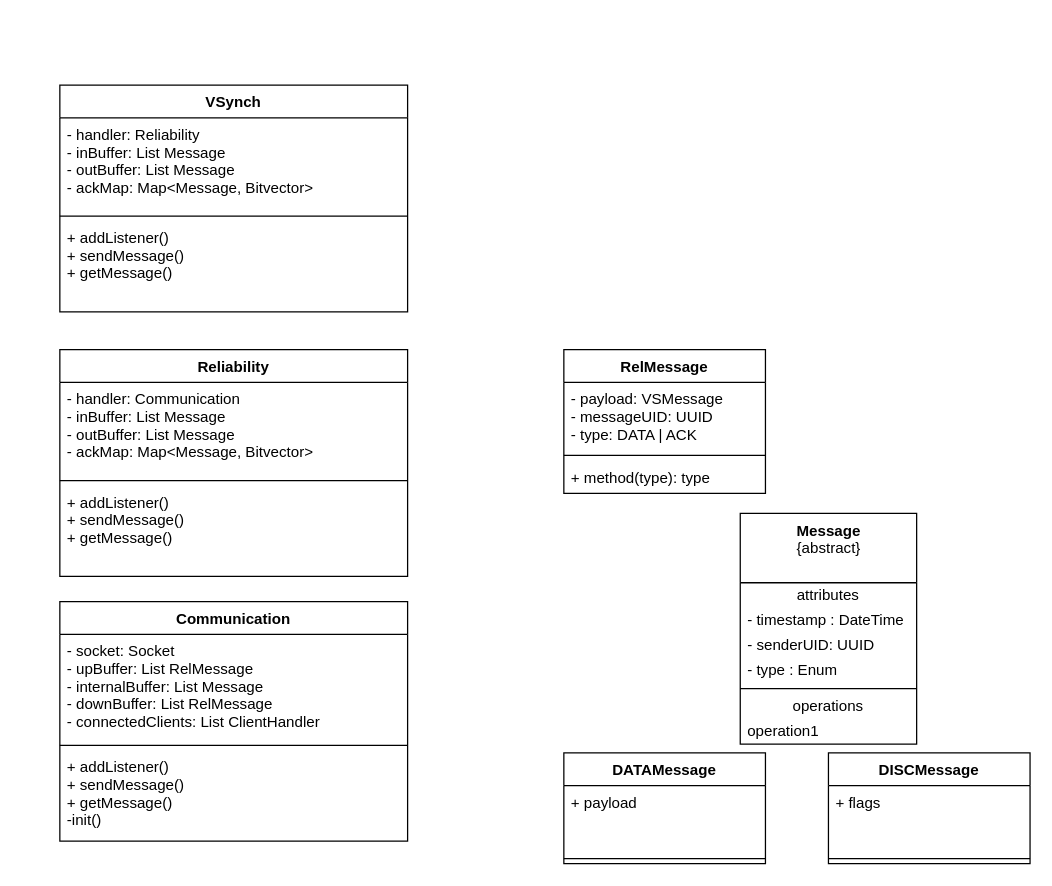
Before: doc/model.drawio in PolCeru/DS-RMPI, a draw.io diagram. Source tidied: cells renumbered, new cells numbered last; positions are measured from the earlier drawing's top-left corner, leaving out a move shared by most shapes. Both pictures are drawn from the tidied source at 126%, with x=0, y=0 at pixel (59, 84).
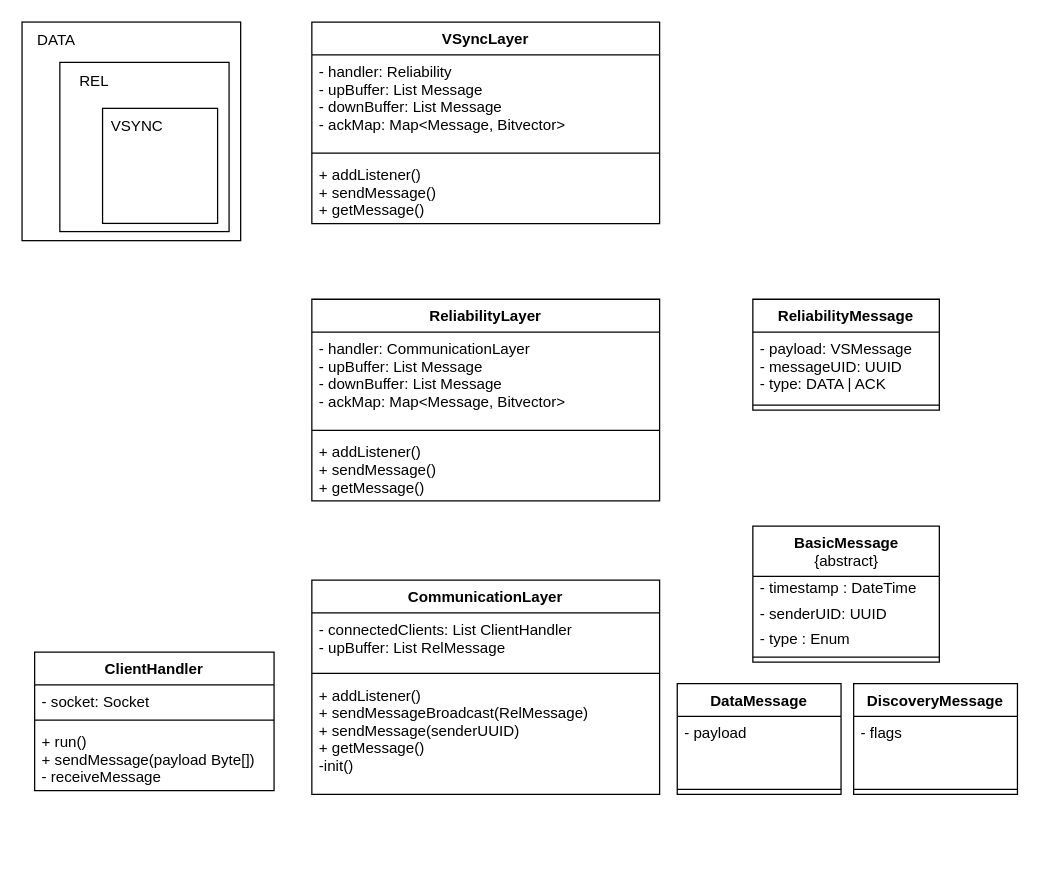
The same diagram, later.

The edit, as a diff of the source:
```diff
@@
-    <mxCell id="2" value="Communication" style="swimlane;fontStyle=1;align=center;verticalAlign=top;horizontal=1;startSize=26;" parent="1" vertex="1">
-      <mxGeometry y="410" width="276" height="190" as="geometry" />
+    <mxCell id="2" value="CommunicationLayer" style="swimlane;fontStyle=1;align=center;verticalAlign=top;horizontal=1;startSize=26;" parent="1" vertex="1">
+      <mxGeometry x="200" y="393" width="276" height="170" as="geometry" />
     </mxCell>
-    <mxCell id="3" value="- socket: Socket&#10;- upBuffer: List RelMessage&#10;- internalBuffer: List Message&#10;- downBuffer: List RelMessage&#10;- connectedClients: List ClientHandler" style="text;strokeColor=none;fillColor=none;align=left;verticalAlign=top;spacingLeft=4;spacingRight=4;overflow=hidden;" parent="2" vertex="1">
-      <mxGeometry y="26" width="276" height="84" as="geometry" />
+    <mxCell id="3" value="- connectedClients: List ClientHandler&#10;- upBuffer: List RelMessage" style="text;strokeColor=none;fillColor=none;align=left;verticalAlign=top;spacingLeft=4;spacingRight=4;overflow=hidden;" parent="2" vertex="1">
+      <mxGeometry y="26" width="276" height="44" as="geometry" />
     </mxCell>
     <mxCell id="4" style="line;strokeWidth=1;fillColor=none;align=left;verticalAlign=middle;spacingTop=-1;spacingLeft=3;spacingRight=3;labelPosition=right;strokeColor=inherit;" parent="2" vertex="1">
-      <mxGeometry y="110" width="276" height="8" as="geometry" />
+      <mxGeometry y="70" width="276" height="8" as="geometry" />
     </mxCell>
-    <mxCell id="5" value="+ addListener()&#10;+ sendMessage()&#10;+ getMessage()&#10;-init()" style="text;strokeColor=none;fillColor=none;align=left;verticalAlign=top;spacingLeft=4;spacingRight=4;overflow=hidden;" parent="2" vertex="1">
-      <mxGeometry y="118" width="276" height="72" as="geometry" />
+    <mxCell id="5" value="+ addListener()&#10;+ sendMessageBroadcast(RelMessage)&#10;+ sendMessage(senderUUID)&#10;+ getMessage()&#10;-init()" style="text;strokeColor=none;fillColor=none;align=left;verticalAlign=top;spacingLeft=4;spacingRight=4;overflow=hidden;" parent="2" vertex="1">
+      <mxGeometry y="78" width="276" height="92" as="geometry" />
     </mxCell>
-    <mxCell id="6" value="DATAMessage" style="swimlane;fontStyle=1;align=center;verticalAlign=top;horizontal=1;startSize=26;" parent="1" vertex="1">
-      <mxGeometry x="400" y="530" width="160" height="88" as="geometry" />
+    <mxCell id="6" value="DataMessage" style="swimlane;fontStyle=1;align=center;verticalAlign=top;horizontal=1;startSize=26;" parent="1" vertex="1">
+      <mxGeometry x="490" y="475" width="130" height="88" as="geometry" />
     </mxCell>
-    <mxCell id="7" value="+ payload" style="text;strokeColor=none;fillColor=none;align=left;verticalAlign=top;spacingLeft=4;spacingRight=4;overflow=hidden;" parent="6" vertex="1">
-      <mxGeometry y="26" width="160" height="54" as="geometry" />
+    <mxCell id="7" value="- payload" style="text;strokeColor=none;fillColor=none;align=left;verticalAlign=top;spacingLeft=4;spacingRight=4;overflow=hidden;" parent="6" vertex="1">
+      <mxGeometry y="26" width="130" height="54" as="geometry" />
     </mxCell>
     <mxCell id="8" style="line;strokeWidth=1;fillColor=none;align=left;verticalAlign=middle;spacingTop=-1;spacingLeft=3;spacingRight=3;labelPosition=right;strokeColor=inherit;" parent="6" vertex="1">
-      <mxGeometry y="80" width="160" height="8" as="geometry" />
+      <mxGeometry y="80" width="130" height="8" as="geometry" />
     </mxCell>
-    <mxCell id="9" value="Reliability" style="swimlane;fontStyle=1;align=center;verticalAlign=top;horizontal=1;startSize=26;" parent="1" vertex="1">
-      <mxGeometry y="210" width="276" height="180" as="geometry" />
+    <mxCell id="9" value="ReliabilityLayer" style="swimlane;fontStyle=1;align=center;verticalAlign=top;horizontal=1;startSize=26;" parent="1" vertex="1">
+      <mxGeometry x="200" y="170" width="276" height="160" as="geometry" />
     </mxCell>
-    <mxCell id="10" value="- handler: Communication&#10;- inBuffer: List Message&#10;- outBuffer: List Message&#10;- ackMap: Map&lt;Message, Bitvector&gt;" style="text;strokeColor=none;fillColor=none;align=left;verticalAlign=top;spacingLeft=4;spacingRight=4;overflow=hidden;" parent="9" vertex="1">
+    <mxCell id="10" value="- handler: CommunicationLayer&#10;- upBuffer: List Message&#10;- downBuffer: List Message&#10;- ackMap: Map&lt;Message, Bitvector&gt;" style="text;strokeColor=none;fillColor=none;align=left;verticalAlign=top;spacingLeft=4;spacingRight=4;overflow=hidden;" parent="9" vertex="1">
       <mxGeometry y="26" width="276" height="74" as="geometry" />
     </mxCell>
@@
-    <mxCell id="12" value="+ addListener()&#10;+ sendMessage()&#10;+ getMessage()" style="text;strokeColor=none;fillColor=none;align=left;verticalAlign=top;spacingLeft=4;spacingRight=4;overflow=hidden;" parent="9" vertex="1">
-      <mxGeometry y="108" width="276" height="72" as="geometry" />
+    <mxCell id="12" value="+ addListener()&#10;+ sendMessage()&#10;+ getMessage()&#10;" style="text;strokeColor=none;fillColor=none;align=left;verticalAlign=top;spacingLeft=4;spacingRight=4;overflow=hidden;" parent="9" vertex="1">
+      <mxGeometry y="108" width="276" height="52" as="geometry" />
     </mxCell>
-    <mxCell id="13" value="RelMessage" style="swimlane;fontStyle=1;align=center;verticalAlign=top;horizontal=1;startSize=26;" parent="1" vertex="1">
-      <mxGeometry x="400" y="210" width="160" height="114" as="geometry" />
+    <mxCell id="13" value="ReliabilityMessage" style="swimlane;fontStyle=1;align=center;verticalAlign=top;horizontal=1;startSize=26;" parent="1" vertex="1">
+      <mxGeometry x="550" y="170" width="148" height="88" as="geometry" />
     </mxCell>
     <mxCell id="14" value="- payload: VSMessage&#10;- messageUID: UUID&#10;- type: DATA | ACK" style="text;strokeColor=none;fillColor=none;align=left;verticalAlign=top;spacingLeft=4;spacingRight=4;overflow=hidden;" parent="13" vertex="1">
-      <mxGeometry y="26" width="160" height="54" as="geometry" />
+      <mxGeometry y="26" width="148" height="54" as="geometry" />
     </mxCell>
     <mxCell id="15" style="line;strokeWidth=1;fillColor=none;align=left;verticalAlign=middle;spacingTop=-1;spacingLeft=3;spacingRight=3;labelPosition=right;strokeColor=inherit;" parent="13" vertex="1">
-      <mxGeometry y="80" width="160" height="8" as="geometry" />
+      <mxGeometry y="80" width="148" height="8" as="geometry" />
     </mxCell>
-    <mxCell id="16" value="+ method(type): type" style="text;strokeColor=none;fillColor=none;align=left;verticalAlign=top;spacingLeft=4;spacingRight=4;overflow=hidden;" parent="13" vertex="1">
-      <mxGeometry y="88" width="160" height="26" as="geometry" />
-    </mxCell>
-    <mxCell id="17" value="VSynch" style="swimlane;fontStyle=1;align=center;verticalAlign=top;horizontal=1;startSize=26;" parent="1" vertex="1">
-      <mxGeometry width="276" height="180" as="geometry" />
+    <mxCell id="17" value="VSyncLayer" style="swimlane;fontStyle=1;align=center;verticalAlign=top;horizontal=1;startSize=26;" parent="1" vertex="1">
+      <mxGeometry x="200" y="-50" width="276" height="160" as="geometry" />
     </mxCell>
-    <mxCell id="18" value="- handler: Reliability&#10;- inBuffer: List Message&#10;- outBuffer: List Message&#10;- ackMap: Map&lt;Message, Bitvector&gt;" style="text;strokeColor=none;fillColor=none;align=left;verticalAlign=top;spacingLeft=4;spacingRight=4;overflow=hidden;" parent="17" vertex="1">
+    <mxCell id="18" value="- handler: Reliability&#10;- upBuffer: List Message&#10;- downBuffer: List Message&#10;- ackMap: Map&lt;Message, Bitvector&gt;" style="text;strokeColor=none;fillColor=none;align=left;verticalAlign=top;spacingLeft=4;spacingRight=4;overflow=hidden;" parent="17" vertex="1">
       <mxGeometry y="26" width="276" height="74" as="geometry" />
     </mxCell>
@@
     <mxCell id="20" value="+ addListener()&#10;+ sendMessage()&#10;+ getMessage()" style="text;strokeColor=none;fillColor=none;align=left;verticalAlign=top;spacingLeft=4;spacingRight=4;overflow=hidden;" parent="17" vertex="1">
-      <mxGeometry y="108" width="276" height="72" as="geometry" />
+      <mxGeometry y="108" width="276" height="52" as="geometry" />
     </mxCell>
-    <mxCell id="21" value="DISCMessage" style="swimlane;fontStyle=1;align=center;verticalAlign=top;horizontal=1;startSize=26;" parent="1" vertex="1">
-      <mxGeometry x="610" y="530" width="160" height="88" as="geometry" />
+    <mxCell id="21" value="DiscoveryMessage" style="swimlane;fontStyle=1;align=center;verticalAlign=top;horizontal=1;startSize=26;" parent="1" vertex="1">
+      <mxGeometry x="630" y="475" width="130" height="88" as="geometry" />
     </mxCell>
-    <mxCell id="22" value="+ flags" style="text;strokeColor=none;fillColor=none;align=left;verticalAlign=top;spacingLeft=4;spacingRight=4;overflow=hidden;" parent="21" vertex="1">
-      <mxGeometry y="26" width="160" height="54" as="geometry" />
+    <mxCell id="22" value="- flags" style="text;strokeColor=none;fillColor=none;align=left;verticalAlign=top;spacingLeft=4;spacingRight=4;overflow=hidden;" parent="21" vertex="1">
+      <mxGeometry y="26" width="130" height="54" as="geometry" />
     </mxCell>
     <mxCell id="23" style="line;strokeWidth=1;fillColor=none;align=left;verticalAlign=middle;spacingTop=-1;spacingLeft=3;spacingRight=3;labelPosition=right;strokeColor=inherit;" parent="21" vertex="1">
-      <mxGeometry y="80" width="160" height="8" as="geometry" />
+      <mxGeometry y="80" width="130" height="8" as="geometry" />
     </mxCell>
-    <mxCell id="24" value="&lt;b&gt;Message&lt;/b&gt;&lt;br&gt;{abstract}" style="swimlane;fontStyle=0;align=center;verticalAlign=top;horizontal=1;startSize=55;html=1;" parent="1" vertex="1">
-      <mxGeometry x="540" y="340" width="140" height="183" as="geometry" />
+    <mxCell id="24" value="&lt;b&gt;BasicMessage&lt;/b&gt;&lt;br&gt;{abstract}" style="swimlane;fontStyle=0;align=center;verticalAlign=top;horizontal=1;startSize=40;html=1;" parent="1" vertex="1">
+      <mxGeometry x="550" y="350" width="148" height="108" as="geometry" />
     </mxCell>
-    <mxCell id="25" value="attributes" style="text;html=1;strokeColor=none;fillColor=none;align=center;verticalAlign=middle;spacingLeft=4;spacingRight=4;overflow=hidden;" parent="24" vertex="1">
-      <mxGeometry y="55" width="140" height="20" as="geometry" />
-    </mxCell>
     <mxCell id="26" value="- timestamp : DateTime" style="text;html=1;strokeColor=none;fillColor=none;align=left;verticalAlign=middle;spacingLeft=4;spacingRight=4;overflow=hidden;" parent="24" vertex="1">
-      <mxGeometry y="75" width="140" height="20" as="geometry" />
+      <mxGeometry y="40" width="148" height="20" as="geometry" />
     </mxCell>
     <mxCell id="27" value="- senderUID: UUID" style="text;html=1;strokeColor=none;fillColor=none;align=left;verticalAlign=middle;spacingLeft=4;spacingRight=4;overflow=hidden;" parent="24" vertex="1">
-      <mxGeometry y="95" width="140" height="20" as="geometry" />
+      <mxGeometry y="60" width="148" height="20" as="geometry" />
     </mxCell>
     <mxCell id="28" value="- type : Enum" style="text;html=1;strokeColor=none;fillColor=none;align=left;verticalAlign=middle;spacingLeft=4;spacingRight=4;overflow=hidden;" parent="24" vertex="1">
-      <mxGeometry y="115" width="140" height="20" as="geometry" />
+      <mxGeometry y="80" width="148" height="20" as="geometry" />
     </mxCell>
     <mxCell id="29" style="line;strokeWidth=1;fillColor=none;align=left;verticalAlign=middle;spacingTop=-1;spacingLeft=3;spacingRight=3;labelPosition=right;" parent="24" vertex="1">
-      <mxGeometry y="135" width="140" height="8" as="geometry" />
+      <mxGeometry y="100" width="148" height="8" as="geometry" />
     </mxCell>
-    <mxCell id="30" value="operations" style="text;html=1;strokeColor=none;fillColor=none;align=center;verticalAlign=middle;spacingLeft=4;spacingRight=4;overflow=hidden;" parent="24" vertex="1">
-      <mxGeometry y="143" width="140" height="20" as="geometry" />
-    </mxCell>
-    <mxCell id="31" value="operation1" style="text;html=1;strokeColor=none;fillColor=none;align=left;verticalAlign=middle;spacingLeft=4;spacingRight=4;overflow=hidden;" parent="24" vertex="1">
-      <mxGeometry y="163" width="140" height="20" as="geometry" />
-    </mxCell>
+    <mxCell id="32" value="ClientHandler" style="swimlane;fontStyle=1;align=center;verticalAlign=top;horizontal=1;startSize=26;" parent="1" vertex="1">
+      <mxGeometry x="-20" y="450" width="190" height="110" as="geometry" />
+    </mxCell>
+    <mxCell id="33" value="- socket: Socket" style="text;strokeColor=none;fillColor=none;align=left;verticalAlign=top;spacingLeft=4;spacingRight=4;overflow=hidden;" parent="32" vertex="1">
+      <mxGeometry y="26" width="190" height="24" as="geometry" />
+    </mxCell>
+    <mxCell id="34" style="line;strokeWidth=1;fillColor=none;align=left;verticalAlign=middle;spacingTop=-1;spacingLeft=3;spacingRight=3;labelPosition=right;strokeColor=inherit;" parent="32" vertex="1">
+      <mxGeometry y="50" width="190" height="8" as="geometry" />
+    </mxCell>
+    <mxCell id="35" value="+ run()&#10;+ sendMessage(payload Byte[])&#10;- receiveMessage" style="text;strokeColor=none;fillColor=none;align=left;verticalAlign=top;spacingLeft=4;spacingRight=4;overflow=hidden;" parent="32" vertex="1">
+      <mxGeometry y="58" width="190" height="52" as="geometry" />
+    </mxCell>
+    <mxCell id="36" style="group;" parent="1" vertex="1">
+      <mxGeometry x="-30" y="-50" width="173.5" height="173.5" as="geometry" />
+    </mxCell>
+    <mxCell id="37" style="whiteSpace=wrap;html=1;" parent="36" vertex="1">
+      <mxGeometry width="173.5" height="173.5" as="geometry" />
+    </mxCell>
+    <mxCell id="38" style="whiteSpace=wrap;html=1;" parent="36" vertex="1">
+      <mxGeometry x="30" y="32" width="134.3" height="134.3" as="geometry" />
+    </mxCell>
+    <mxCell id="39" style="whiteSpace=wrap;html=1;" parent="36" vertex="1">
+      <mxGeometry x="63.9" y="68.5" width="91.3" height="91.3" as="geometry" />
+    </mxCell>
+    <mxCell id="40" value="DATA" style="text;html=1;strokeColor=none;fillColor=none;align=center;verticalAlign=middle;whiteSpace=wrap;rounded=0;" parent="36" vertex="1">
+      <mxGeometry width="54.8" height="29.3" as="geometry" />
+    </mxCell>
+    <mxCell id="41" value="REL" style="text;html=1;strokeColor=none;fillColor=none;align=center;verticalAlign=middle;whiteSpace=wrap;rounded=0;" parent="36" vertex="1">
+      <mxGeometry x="30" y="30" width="54.8" height="33.3" as="geometry" />
+    </mxCell>
+    <mxCell id="42" value="VSYNC" style="text;html=1;strokeColor=none;fillColor=none;align=center;verticalAlign=middle;whiteSpace=wrap;rounded=0;" parent="36" vertex="1">
+      <mxGeometry x="63.9" y="68.5" width="54.8" height="29.3" as="geometry" />
+    </mxCell>
```
